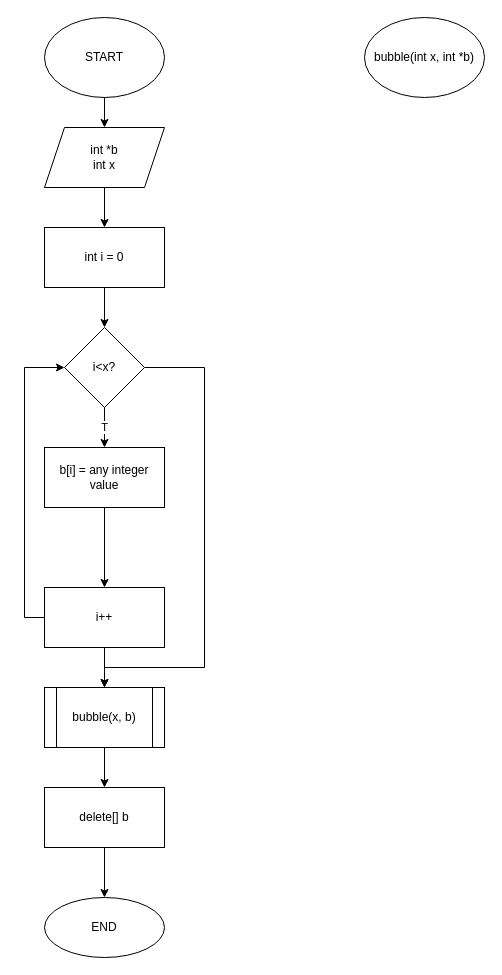
gradeF/Flowchart keeps this draw.io diagram as bubblesort.drawio. Above is the earlier version. Source tidied: cells renumbered, new cells numbered last; positions are measured from the earlier drawing's top-left corner, leaving out a move shared by most shapes. Both pictures are drawn from the tidied source at 100%, with x=0, y=0 at pixel (44, 17).
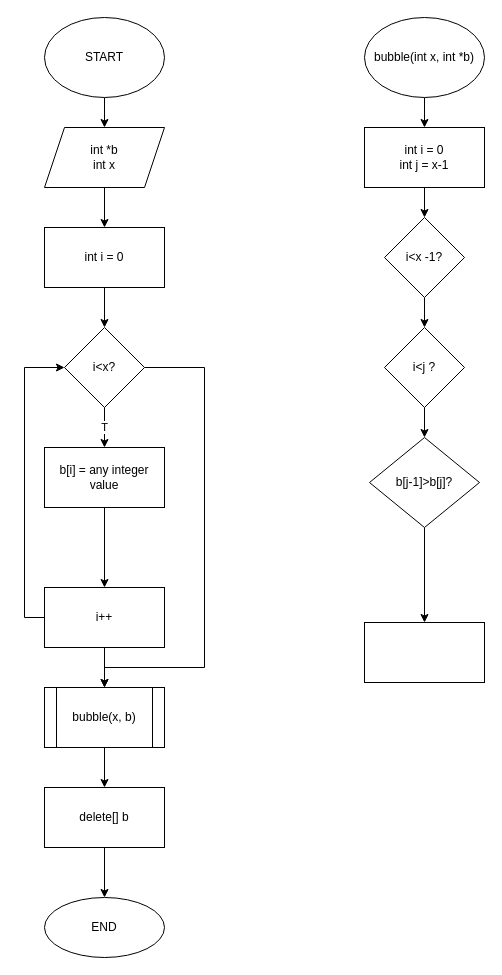
Above is the later version.

The change refers to these unchanged cells:
```xml
<mxCell id="21" value="bubble(int x, int *b)" style="ellipse;whiteSpace=wrap;html=1;" parent="1" vertex="1">
  <mxGeometry x="320" width="120" height="80" as="geometry" />
</mxCell>
```

What changed in the source:
```diff
@@
+    <mxCell id="22" style="edgeStyle=orthogonalEdgeStyle;rounded=0;jettySize=auto;html=1;exitX=0.5;exitY=1;exitDx=0;exitDy=0;entryX=0.5;entryY=0;entryDx=0;entryDy=0;" parent="1" edge="1" source="21" target="24">
+      <mxGeometry relative="1" as="geometry" />
+    </mxCell>
@@
+    <mxCell id="23" style="edgeStyle=orthogonalEdgeStyle;rounded=0;jettySize=auto;html=1;exitX=0.5;exitY=1;exitDx=0;exitDy=0;entryX=0.5;entryY=0;entryDx=0;entryDy=0;" parent="1" edge="1" source="24" target="26">
+      <mxGeometry relative="1" as="geometry" />
+    </mxCell>
+    <mxCell id="24" value="int i = 0&lt;br&gt;int j = x-1" style="rounded=0;whiteSpace=wrap;html=1;" parent="1" vertex="1">
+      <mxGeometry x="320" y="110" width="120" height="60" as="geometry" />
+    </mxCell>
+    <mxCell id="25" style="edgeStyle=orthogonalEdgeStyle;rounded=0;jettySize=auto;html=1;exitX=0.5;exitY=1;exitDx=0;exitDy=0;entryX=0.5;entryY=0;entryDx=0;entryDy=0;" parent="1" edge="1" source="26" target="28">
+      <mxGeometry relative="1" as="geometry" />
+    </mxCell>
+    <mxCell id="26" value="i&amp;lt;x -1?" style="rhombus;whiteSpace=wrap;html=1;" parent="1" vertex="1">
+      <mxGeometry x="340" y="200" width="80" height="80" as="geometry" />
+    </mxCell>
+    <mxCell id="27" style="edgeStyle=orthogonalEdgeStyle;rounded=0;jettySize=auto;html=1;exitX=0.5;exitY=1;exitDx=0;exitDy=0;entryX=0.5;entryY=0;entryDx=0;entryDy=0;" parent="1" edge="1" source="28" target="30">
+      <mxGeometry relative="1" as="geometry" />
+    </mxCell>
+    <mxCell id="28" value="i&amp;lt;j ?" style="rhombus;whiteSpace=wrap;html=1;" parent="1" vertex="1">
+      <mxGeometry x="340" y="310" width="80" height="80" as="geometry" />
+    </mxCell>
+    <mxCell id="29" style="edgeStyle=orthogonalEdgeStyle;rounded=0;jettySize=auto;html=1;" parent="1" edge="1" source="30" target="31">
+      <mxGeometry relative="1" as="geometry" />
+    </mxCell>
+    <mxCell id="30" value="b[j-1]&amp;gt;b[j]?" style="rhombus;whiteSpace=wrap;html=1;" parent="1" vertex="1">
+      <mxGeometry x="325" y="420" width="110" height="90" as="geometry" />
+    </mxCell>
+    <mxCell id="31" style="whiteSpace=wrap;html=1;" parent="1" vertex="1">
+      <mxGeometry x="320" y="605" width="120" height="60" as="geometry" />
+    </mxCell>
```
